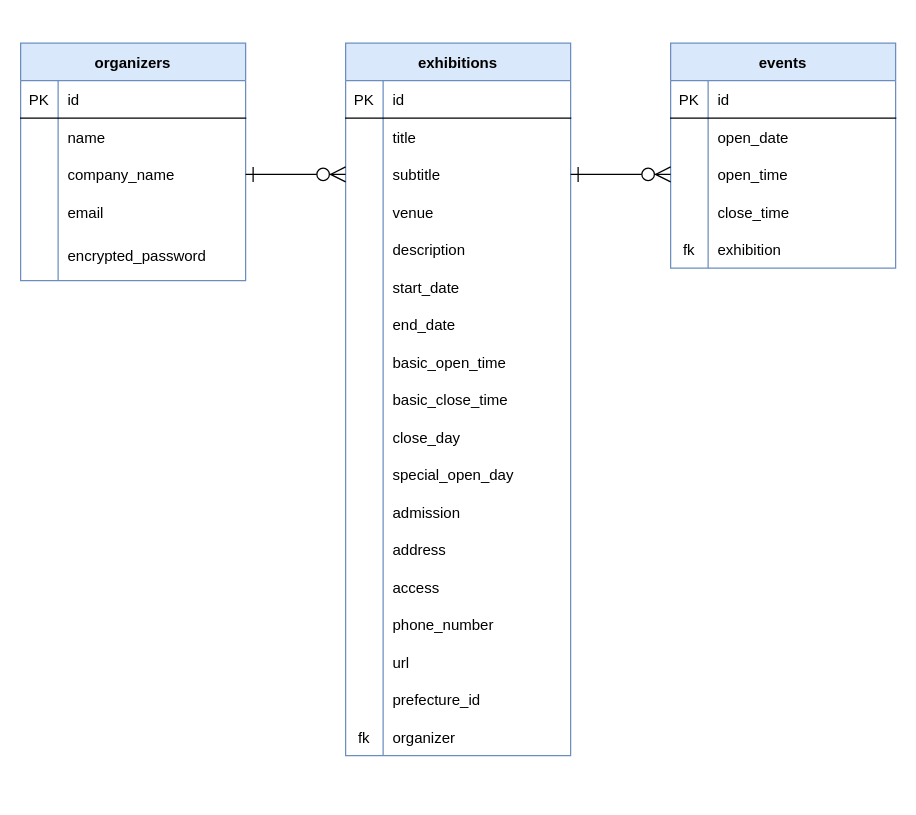
This is erd.dio from okayu-331/artspotnavi, a draw.io file, before an edit. Source tidied: cells renumbered, new cells numbered last; positions are measured from the earlier drawing's top-left corner, leaving out a move shared by most shapes. Both pictures are drawn from the tidied source at 125%, with x=0, y=0 at pixel (20, 42).
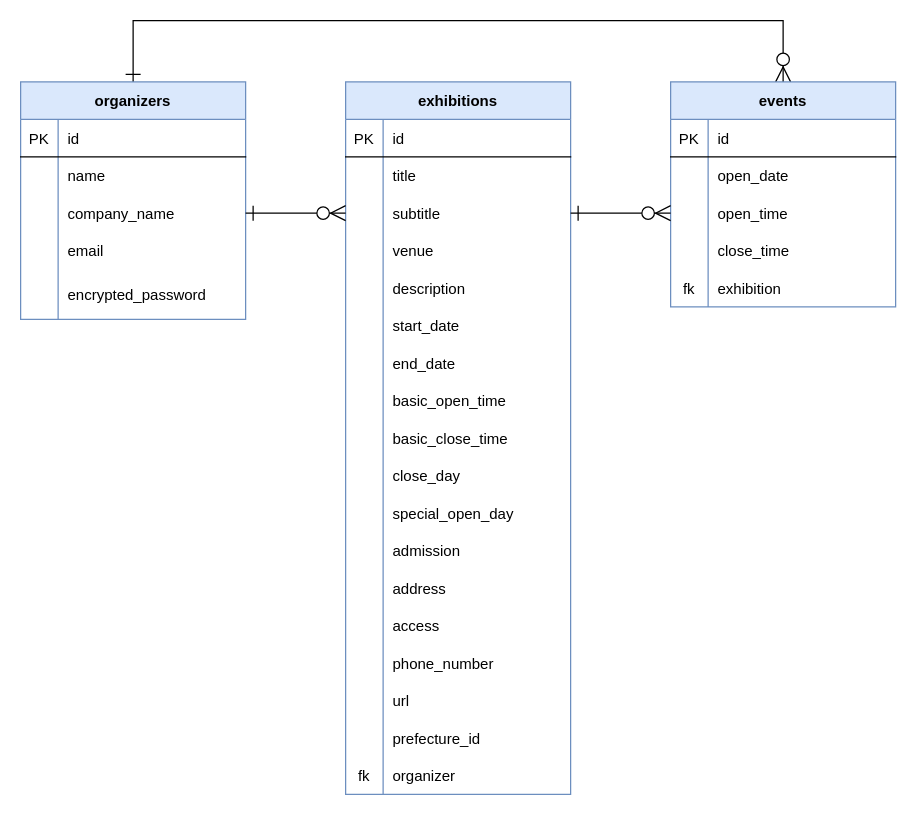
After the change.

Unchanged cells that the change refers to:
```xml
<mxCell id="3" value="organizers" style="shape=table;startSize=30;childLayout=tableLayout;rowLines=0;fontStyle=1;align=center;fillColor=#dae8fc;strokeColor=#6c8ebf;" parent="2" vertex="1">
  <mxGeometry width="180" height="190" as="geometry" />
</mxCell>
<mxCell id="74" value="events" style="shape=table;startSize=30;childLayout=tableLayout;rowLines=0;fontStyle=1;align=center;fillColor=#dae8fc;strokeColor=#6c8ebf;" parent="2" vertex="1">
  <mxGeometry x="520" width="180" height="180" as="geometry" />
</mxCell>
```

Change to the diagram source:
```diff
@@
+    <mxCell id="92" style="group;" parent="1" vertex="1">
+      <mxGeometry y="31" width="700" height="570" as="geometry" />
+    </mxCell>
-    <mxCell id="2" style="group;fillColor=#ffffff;" parent="1" vertex="1">
+    <mxCell id="2" style="group;fillColor=#ffffff;" parent="92" vertex="1">
       <mxGeometry width="700" height="570" as="geometry" />
     </mxCell>
+    <mxCell id="93" style="edgeStyle=orthogonalEdgeStyle;rounded=0;jettySize=auto;html=1;exitX=0.5;exitY=0;exitDx=0;exitDy=0;entryX=0.5;entryY=0;entryDx=0;entryDy=0;endArrow=ERzeroToMany;endFill=1;startArrow=ERone;startFill=0;endSize=10;startSize=10;" parent="2" edge="1" source="3" target="74">
+      <mxGeometry relative="1" as="geometry">
+        <Array as="points">
+          <mxPoint x="90" y="-49" />
+          <mxPoint x="610" y="-49" />
+        </Array>
+      </mxGeometry>
+    </mxCell>
```
